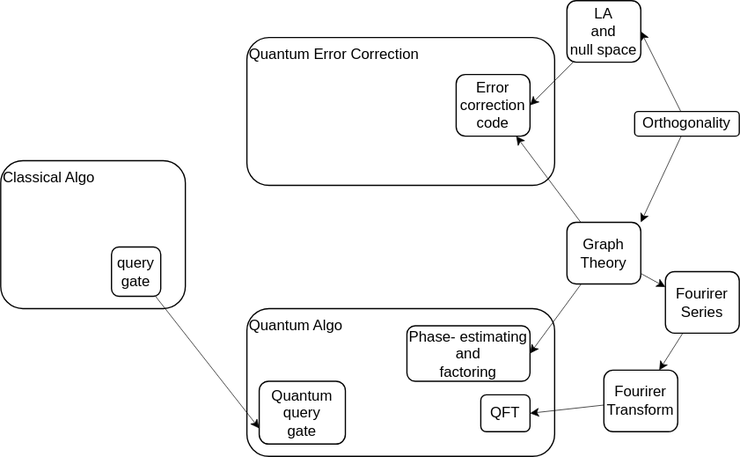
This is chart.drawio.svg from hsunwenfang/QuantumComputing, a draw.io export, as it was before one commit. Source tidied: cells renumbered, new cells last; positions are measured from the earlier drawing's top-left corner, leaving out a move shared by most shapes. Source of this version:
```xml
<mxGraphModel>
  <root>
    <mxCell id="0" />
    <mxCell id="1" parent="0" />
    <mxCell id="2" value="Classical Algo" style="rounded=1;whiteSpace=wrap;html=1;align=left;verticalAlign=top;" parent="1" vertex="1">
      <mxGeometry y="130" width="150" height="120" as="geometry" />
    </mxCell>
    <mxCell id="3" value="Quantum Algo" style="rounded=1;whiteSpace=wrap;html=1;align=left;verticalAlign=top;" parent="1" vertex="1">
      <mxGeometry x="200" y="250" width="250" height="120" as="geometry" />
    </mxCell>
    <mxCell id="4" value="Quantum Error Correction" style="rounded=1;whiteSpace=wrap;html=1;align=left;verticalAlign=top;" parent="1" vertex="1">
      <mxGeometry x="200" y="30" width="250" height="120" as="geometry" />
    </mxCell>
    <mxCell id="5" style="edgeStyle=none;html=1;strokeWidth=0.5;" parent="1" edge="1" source="8" target="9">
      <mxGeometry relative="1" as="geometry" />
    </mxCell>
    <mxCell id="6" style="edgeStyle=none;html=1;entryX=1;entryY=0.5;entryDx=0;entryDy=0;strokeWidth=0.5;" parent="1" edge="1" source="8" target="10">
      <mxGeometry relative="1" as="geometry" />
    </mxCell>
    <mxCell id="7" style="edgeStyle=none;html=1;entryX=0;entryY=0.25;entryDx=0;entryDy=0;rounded=1;strokeColor=default;strokeWidth=0.5;align=center;verticalAlign=middle;fontFamily=Helvetica;fontSize=11;fontColor=default;labelBackgroundColor=default;endArrow=classic;" parent="1" edge="1" source="8" target="15">
      <mxGeometry relative="1" as="geometry" />
    </mxCell>
    <mxCell id="8" value="Graph&lt;div&gt;Theory&lt;/div&gt;" style="rounded=1;whiteSpace=wrap;html=1;" parent="1" vertex="1">
      <mxGeometry x="460" y="180" width="60" height="50" as="geometry" />
    </mxCell>
    <mxCell id="9" value="Error correction code" style="rounded=1;whiteSpace=wrap;html=1;" parent="1" vertex="1">
      <mxGeometry x="370" y="60" width="60" height="50" as="geometry" />
    </mxCell>
    <mxCell id="10" value="Phase-&lt;span style=&quot;background-color: transparent;&quot;&gt;estimating and&lt;/span&gt;&lt;div&gt;&lt;span style=&quot;background-color: transparent;&quot;&gt;factoring&lt;/span&gt;&lt;/div&gt;" style="rounded=1;whiteSpace=wrap;html=1;" parent="1" vertex="1">
      <mxGeometry x="330" y="264" width="100" height="45" as="geometry" />
    </mxCell>
    <mxCell id="11" value="QFT" style="rounded=1;whiteSpace=wrap;html=1;" parent="1" vertex="1">
      <mxGeometry x="390" y="320" width="40" height="30" as="geometry" />
    </mxCell>
    <mxCell id="12" style="edgeStyle=none;html=1;entryX=1;entryY=0.5;entryDx=0;entryDy=0;rounded=1;strokeColor=default;strokeWidth=0.5;align=center;verticalAlign=middle;fontFamily=Helvetica;fontSize=11;fontColor=default;labelBackgroundColor=default;endArrow=classic;" parent="1" edge="1" source="13" target="11">
      <mxGeometry relative="1" as="geometry" />
    </mxCell>
    <mxCell id="13" value="Fourirer&lt;div&gt;Transform&lt;/div&gt;" style="rounded=1;whiteSpace=wrap;html=1;" parent="1" vertex="1">
      <mxGeometry x="490" y="300" width="60" height="50" as="geometry" />
    </mxCell>
    <mxCell id="14" style="edgeStyle=none;html=1;entryX=0.75;entryY=0;entryDx=0;entryDy=0;rounded=1;strokeColor=default;strokeWidth=0.5;align=center;verticalAlign=middle;fontFamily=Helvetica;fontSize=11;fontColor=default;labelBackgroundColor=default;endArrow=classic;" parent="1" edge="1" source="15" target="13">
      <mxGeometry relative="1" as="geometry" />
    </mxCell>
    <mxCell id="15" value="Fourirer&lt;div&gt;Series&lt;/div&gt;" style="rounded=1;whiteSpace=wrap;html=1;" parent="1" vertex="1">
      <mxGeometry x="540" y="220" width="60" height="50" as="geometry" />
    </mxCell>
    <mxCell id="16" style="edgeStyle=none;html=1;entryX=1;entryY=0.5;entryDx=0;entryDy=0;strokeWidth=0.5;" parent="1" edge="1" source="17" target="9">
      <mxGeometry relative="1" as="geometry" />
    </mxCell>
    <mxCell id="17" value="LA&lt;div&gt;and&lt;/div&gt;&lt;div&gt;null space&lt;/div&gt;" style="rounded=1;whiteSpace=wrap;html=1;" parent="1" vertex="1">
      <mxGeometry x="460" width="60" height="50" as="geometry" />
    </mxCell>
    <mxCell id="18" style="edgeStyle=none;shape=connector;rounded=1;html=1;entryX=0;entryY=0.75;entryDx=0;entryDy=0;strokeColor=default;strokeWidth=0.5;align=center;verticalAlign=middle;fontFamily=Helvetica;fontSize=11;fontColor=default;labelBackgroundColor=default;endArrow=classic;" parent="1" edge="1" source="19" target="20">
      <mxGeometry relative="1" as="geometry" />
    </mxCell>
    <mxCell id="19" value="query&lt;div&gt;gate&lt;/div&gt;" style="rounded=1;whiteSpace=wrap;html=1;" parent="1" vertex="1">
      <mxGeometry x="90" y="200" width="40" height="40" as="geometry" />
    </mxCell>
    <mxCell id="20" value="&lt;div&gt;Quantum&lt;/div&gt;query&lt;div&gt;gate&lt;/div&gt;" style="rounded=1;whiteSpace=wrap;html=1;" parent="1" vertex="1">
      <mxGeometry x="210" y="309" width="70" height="51" as="geometry" />
    </mxCell>
    <mxCell id="21" style="edgeStyle=none;shape=connector;rounded=1;html=1;entryX=1;entryY=0.5;entryDx=0;entryDy=0;strokeColor=default;strokeWidth=0.5;align=center;verticalAlign=middle;fontFamily=Helvetica;fontSize=11;fontColor=default;labelBackgroundColor=default;endArrow=classic;" parent="1" edge="1" source="23" target="17">
      <mxGeometry relative="1" as="geometry" />
    </mxCell>
    <mxCell id="22" style="edgeStyle=none;shape=connector;rounded=1;html=1;entryX=1;entryY=0;entryDx=0;entryDy=0;strokeColor=default;strokeWidth=0.5;align=center;verticalAlign=middle;fontFamily=Helvetica;fontSize=11;fontColor=default;labelBackgroundColor=default;endArrow=classic;" parent="1" edge="1" source="23" target="8">
      <mxGeometry relative="1" as="geometry" />
    </mxCell>
    <mxCell id="23" value="Orthogonality" style="rounded=1;whiteSpace=wrap;html=1;" parent="1" vertex="1">
      <mxGeometry x="515" y="90" width="85" height="20" as="geometry" />
    </mxCell>
  </root>
</mxGraphModel>
```
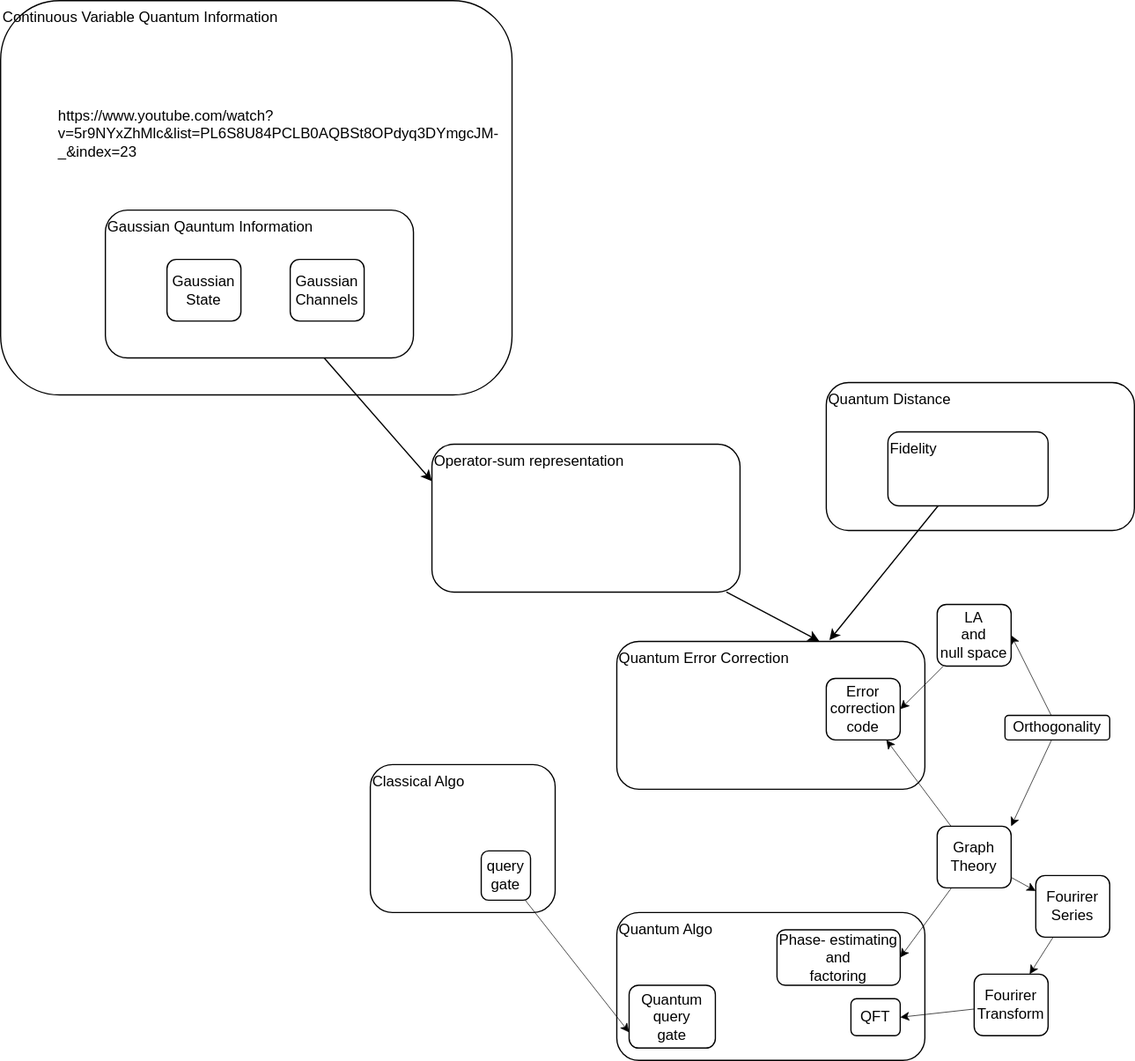
After the change.

Diff of the diagram source:
```diff
@@ -2,6 +2,12 @@
   <root>
     <mxCell id="0" />
     <mxCell id="1" parent="0" />
+    <mxCell id="24" value="Continuous Variable Quantum Information" style="rounded=1;whiteSpace=wrap;html=1;align=left;verticalAlign=top;" parent="1" vertex="1">
+      <mxGeometry x="-300" y="-490" width="415" height="320" as="geometry" />
+    </mxCell>
+    <mxCell id="25" value="Operator-sum representation" style="rounded=1;whiteSpace=wrap;html=1;align=left;verticalAlign=top;" parent="1" vertex="1">
+      <mxGeometry x="50" y="-130" width="250" height="120" as="geometry" />
+    </mxCell>
     <mxCell id="2" value="Classical Algo" style="rounded=1;whiteSpace=wrap;html=1;align=left;verticalAlign=top;" parent="1" vertex="1">
       <mxGeometry y="130" width="150" height="120" as="geometry" />
     </mxCell>
@@ -68,5 +74,35 @@
     <mxCell id="23" value="Orthogonality" style="rounded=1;whiteSpace=wrap;html=1;" parent="1" vertex="1">
       <mxGeometry x="515" y="90" width="85" height="20" as="geometry" />
     </mxCell>
+    <mxCell id="26" style="edgeStyle=none;html=1;entryX=0.657;entryY=-0.003;entryDx=0;entryDy=0;entryPerimeter=0;" parent="1" edge="1" source="25" target="4">
+      <mxGeometry relative="1" as="geometry" />
+    </mxCell>
+    <mxCell id="27" style="group;" parent="1" vertex="1">
+      <mxGeometry x="-215" y="-320" width="250" height="120" as="geometry" />
+    </mxCell>
+    <mxCell id="28" value="Gaussian Qauntum Information" style="rounded=1;whiteSpace=wrap;html=1;align=left;verticalAlign=top;" parent="27" vertex="1">
+      <mxGeometry width="250" height="120" as="geometry" />
+    </mxCell>
+    <mxCell id="29" value="Gaussian&lt;div&gt;State&lt;/div&gt;" style="rounded=1;whiteSpace=wrap;html=1;" parent="27" vertex="1">
+      <mxGeometry x="50" y="40" width="60" height="50" as="geometry" />
+    </mxCell>
+    <mxCell id="30" value="Gaussian&lt;div&gt;Channels&lt;/div&gt;" style="rounded=1;whiteSpace=wrap;html=1;" parent="27" vertex="1">
+      <mxGeometry x="150" y="40" width="60" height="50" as="geometry" />
+    </mxCell>
+    <mxCell id="31" style="edgeStyle=none;html=1;entryX=0;entryY=0.25;entryDx=0;entryDy=0;" parent="1" edge="1" source="28" target="25">
+      <mxGeometry relative="1" as="geometry" />
+    </mxCell>
+    <mxCell id="32" value="https://www.youtube.com/watch?v=5r9NYxZhMlc&amp;list=PL6S8U84PCLB0AQBSt8OPdyq3DYmgcJM-_&amp;index=23" style="text;whiteSpace=wrap;" parent="1" vertex="1">
+      <mxGeometry x="-255" y="-410" width="315" height="50" as="geometry" />
+    </mxCell>
+    <mxCell id="33" value="Quantum Distance" style="rounded=1;whiteSpace=wrap;html=1;align=left;verticalAlign=top;" parent="1" vertex="1">
+      <mxGeometry x="370" y="-180" width="250" height="120" as="geometry" />
+    </mxCell>
+    <mxCell id="34" value="Fidelity" style="rounded=1;whiteSpace=wrap;html=1;align=left;verticalAlign=top;" parent="1" vertex="1">
+      <mxGeometry x="420" y="-140" width="130" height="60" as="geometry" />
+    </mxCell>
+    <mxCell id="35" style="edgeStyle=none;html=1;entryX=0.69;entryY=-0.008;entryDx=0;entryDy=0;entryPerimeter=0;" parent="1" edge="1" source="34" target="4">
+      <mxGeometry relative="1" as="geometry" />
+    </mxCell>
   </root>
 </mxGraphModel>
```
